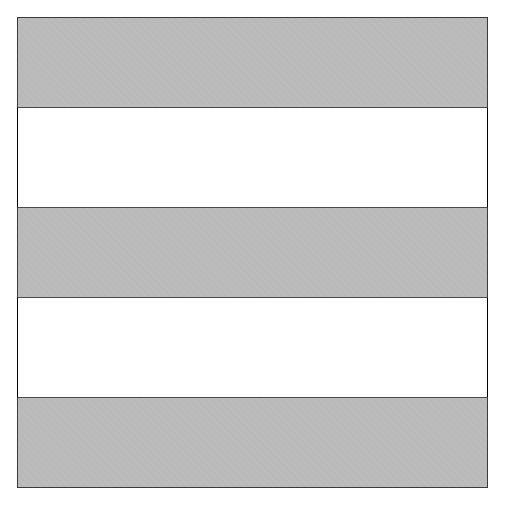
Above: Untitled Diagram8.drawio in Thomas-Pynchon/Thomas-Pynchon.github.io (draw.io), before the change. Source tidied: cells renumbered, new cells numbered last; positions are measured from the earlier drawing's top-left corner, leaving out a move shared by most shapes. Both pictures are drawn from the tidied source at 100%, with x=0, y=0 at pixel (17, 17).
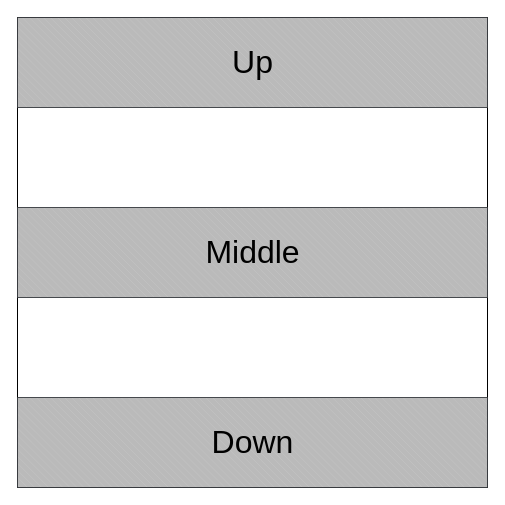
Above is the later version.

Change to the diagram source:
```diff
@@
 <mxGraphModel>
   <root>
     <mxCell id="0" />
     <mxCell id="1" parent="0" />
     <mxCell id="2" style="whiteSpace=wrap;html=1;" parent="1" vertex="1">
       <mxGeometry width="470" height="470" as="geometry" />
     </mxCell>
     <mxCell id="3" style="verticalLabelPosition=bottom;verticalAlign=top;html=1;shape=mxgraph.basic.patternFillRect;fillStyle=diagRev;step=5;fillStrokeWidth=0.2;fillStrokeColor=#dddddd;strokeWidth=1;opacity=90;spacing=2;fontSize=12;fillColor=#B3B3B3;strokeColor=#36393d;" parent="1" vertex="1">
       <mxGeometry y="190" width="470" height="90" as="geometry" />
     </mxCell>
     <mxCell id="4" style="verticalLabelPosition=bottom;verticalAlign=top;html=1;shape=mxgraph.basic.patternFillRect;fillStyle=diagRev;step=5;fillStrokeWidth=0.2;fillStrokeColor=#dddddd;strokeWidth=1;opacity=90;spacing=2;horizontal=1;fillColor=#B3B3B3;strokeColor=#36393d;" parent="1" vertex="1">
       <mxGeometry width="470" height="90" as="geometry" />
     </mxCell>
     <mxCell id="5" style="verticalLabelPosition=bottom;verticalAlign=top;html=1;shape=mxgraph.basic.patternFillRect;fillStyle=diagRev;step=5;fillStrokeWidth=0.2;fillStrokeColor=#dddddd;strokeWidth=1;opacity=90;spacing=2;fillColor=#B3B3B3;strokeColor=#36393d;" parent="1" vertex="1">
       <mxGeometry y="380" width="470" height="90" as="geometry" />
     </mxCell>
+    <mxCell id="6" value="&lt;font style=&quot;font-size: 32px;&quot;&gt;Up&lt;/font&gt;" style="text;html=1;align=center;verticalAlign=middle;strokeColor=none;fillColor=none;fontSize=12;" parent="1" vertex="1">
+      <mxGeometry x="205" y="30" width="60" height="30" as="geometry" />
+    </mxCell>
+    <mxCell id="7" value="&lt;font style=&quot;font-size: 32px;&quot;&gt;Middle&lt;/font&gt;" style="text;html=1;align=center;verticalAlign=middle;strokeColor=none;fillColor=none;fontSize=12;" parent="1" vertex="1">
+      <mxGeometry x="180" y="220" width="110" height="30" as="geometry" />
+    </mxCell>
+    <mxCell id="8" value="&lt;font style=&quot;font-size: 32px;&quot;&gt;Down&lt;/font&gt;" style="text;html=1;align=center;verticalAlign=middle;strokeColor=none;fillColor=none;fontSize=12;" parent="1" vertex="1">
+      <mxGeometry x="185" y="410" width="100" height="30" as="geometry" />
+    </mxCell>
   </root>
 </mxGraphModel>
```
